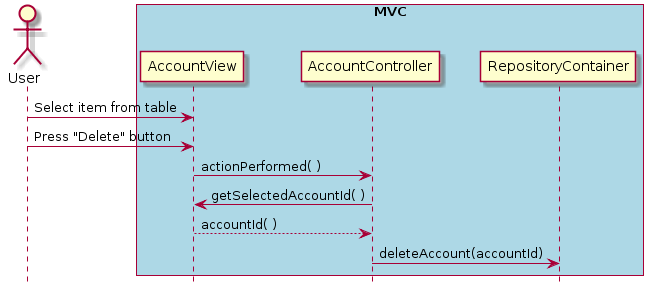
Above: Documentation/Diagrams/sequence/deleteAccount.png in melanie-t/budget-planner-app (PlantUML), before the change.
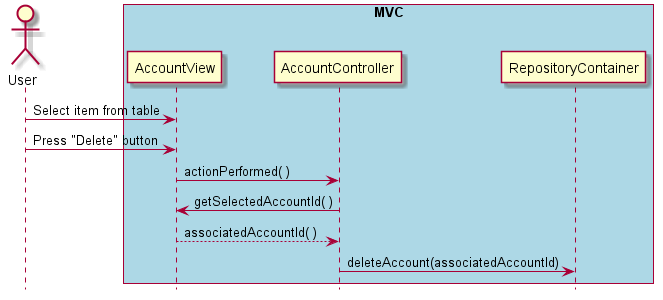
Later version of the same file.

Diff of the diagram source:
```diff
@@ -12,6 +12,6 @@
 User -> AccountView : Press "Delete" button
 AccountView -> AccountController : actionPerformed( )
 AccountView <- AccountController : getSelectedAccountId( )
-AccountView --> AccountController : accountId( )
-AccountController -> RepositoryContainer : deleteAccount(accountId)
+AccountView --> AccountController : associatedAccountId( )
+AccountController -> RepositoryContainer : deleteAccount(associatedAccountId)
 @enduml
```
